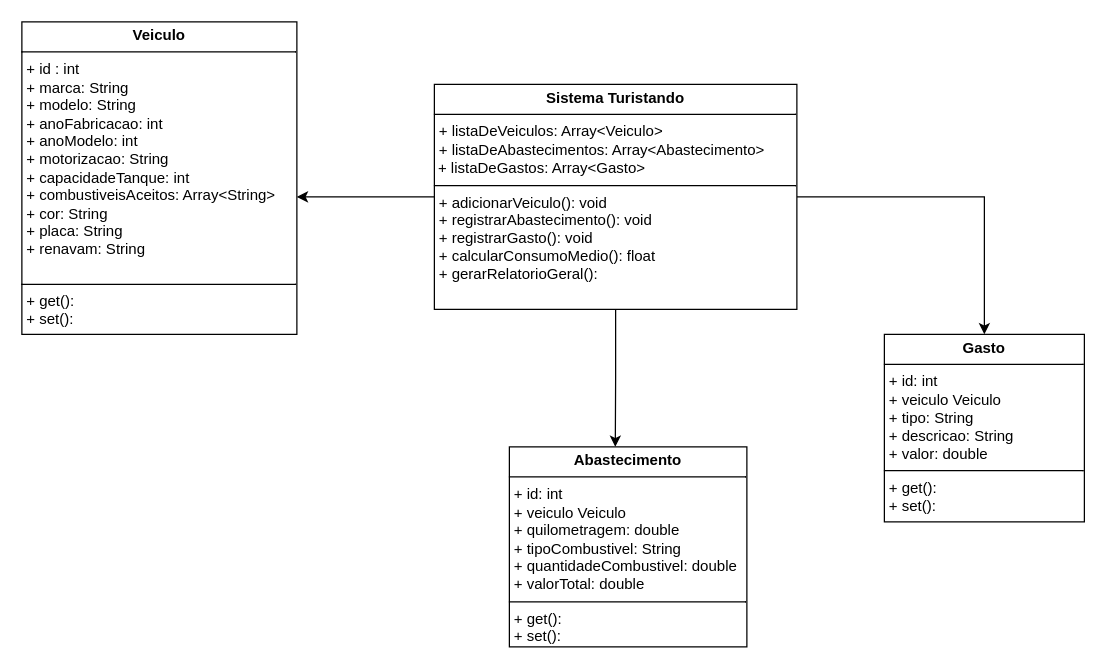
Above: MateusTrabalhoJava/Diagrama/DiagramaTrabalho.drawio in MasuetASF/MateusTrabalhoJava (draw.io), before the change. Source tidied: cells renumbered, new cells numbered last; positions are measured from the earlier drawing's top-left corner, leaving out a move shared by most shapes. Both pictures are drawn from the tidied source at 125%, with x=0, y=0 at pixel (21, 21).
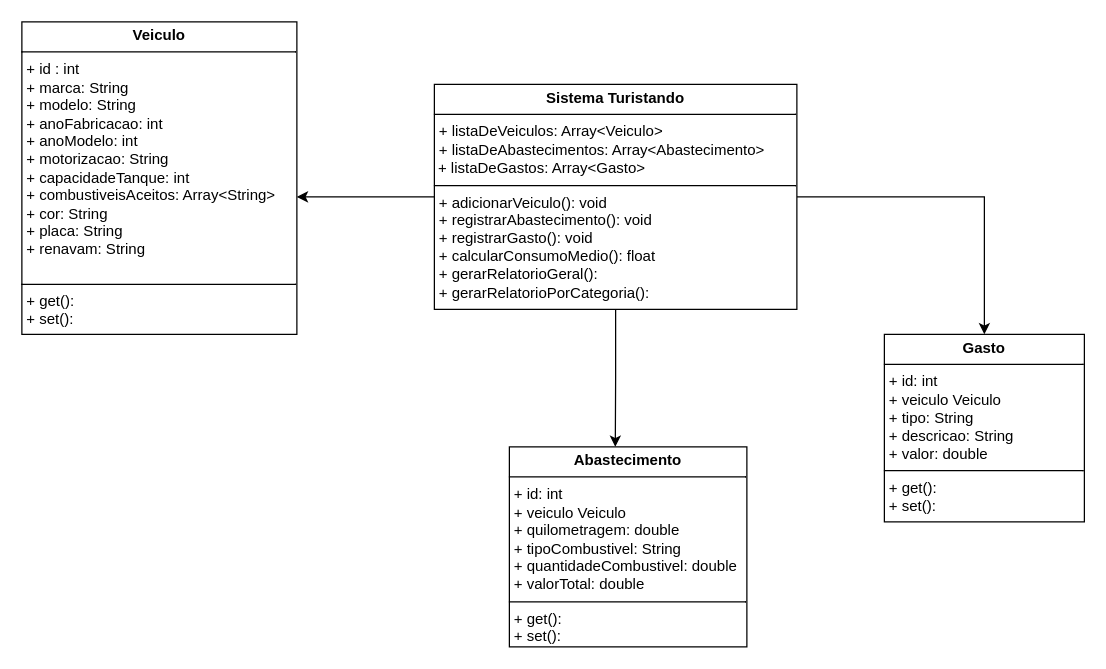
After the change.

Change to the diagram source:
```diff
@@
 <mxGraphModel>
   <root>
     <mxCell id="0" />
     <mxCell id="1" parent="0" />
     <mxCell id="2" style="edgeStyle=orthogonalEdgeStyle;rounded=0;jettySize=auto;html=1;exitX=1;exitY=0.5;exitDx=0;exitDy=0;entryX=0.5;entryY=0;entryDx=0;entryDy=0;" parent="1" edge="1" source="7" target="3">
       <mxGeometry relative="1" as="geometry">
         <Array as="points">
           <mxPoint x="770" y="140" />
         </Array>
       </mxGeometry>
     </mxCell>
     <mxCell id="3" value="&lt;p style=&quot;margin:0px;margin-top:4px;text-align:center;&quot;&gt;&lt;b&gt;Gasto&lt;/b&gt;&lt;/p&gt;&lt;hr size=&quot;1&quot; style=&quot;border-style:solid;&quot;&gt;&lt;p style=&quot;margin:0px;margin-left:4px;&quot;&gt;+ id: int&lt;/p&gt;&lt;p style=&quot;margin:0px;margin-left:4px;&quot;&gt;+ veiculo Veiculo&lt;/p&gt;&lt;p style=&quot;margin:0px;margin-left:4px;&quot;&gt;+ tipo: String&lt;/p&gt;&lt;p style=&quot;margin:0px;margin-left:4px;&quot;&gt;+ descricao: String&lt;/p&gt;&lt;p style=&quot;margin:0px;margin-left:4px;&quot;&gt;+ valor: double&lt;/p&gt;&lt;hr size=&quot;1&quot; style=&quot;border-style:solid;&quot;&gt;&lt;p style=&quot;margin:0px;margin-left:4px;&quot;&gt;+ get():&lt;/p&gt;&lt;p style=&quot;margin:0px;margin-left:4px;&quot;&gt;+ set():&lt;/p&gt;" style="verticalAlign=top;align=left;overflow=fill;html=1;whiteSpace=wrap;" parent="1" vertex="1">
       <mxGeometry x="690" y="250" width="160" height="150" as="geometry" />
     </mxCell>
     <mxCell id="4" value="&lt;p style=&quot;margin:0px;margin-top:4px;text-align:center;&quot;&gt;&lt;b&gt;Veiculo&lt;/b&gt;&lt;/p&gt;&lt;hr size=&quot;1&quot; style=&quot;border-style:solid;&quot;&gt;&lt;p style=&quot;margin:0px;margin-left:4px;&quot;&gt;+ id : int&lt;/p&gt;&lt;p style=&quot;margin:0px;margin-left:4px;&quot;&gt;+ marca: String&lt;/p&gt;&lt;p style=&quot;margin:0px;margin-left:4px;&quot;&gt;+ modelo: String&lt;/p&gt;&lt;p style=&quot;margin:0px;margin-left:4px;&quot;&gt;+ anoFabricacao: int&lt;/p&gt;&lt;p style=&quot;margin:0px;margin-left:4px;&quot;&gt;+ anoModelo: int&lt;/p&gt;&lt;p style=&quot;margin:0px;margin-left:4px;&quot;&gt;+ motorizacao: String&lt;/p&gt;&lt;p style=&quot;margin:0px;margin-left:4px;&quot;&gt;+ capacidadeTanque: int&lt;/p&gt;&lt;p style=&quot;margin:0px;margin-left:4px;&quot;&gt;+ combustiveisAceitos: Array&amp;lt;String&amp;gt;&lt;/p&gt;&lt;p style=&quot;margin:0px;margin-left:4px;&quot;&gt;+ cor: String&lt;/p&gt;&lt;p style=&quot;margin:0px;margin-left:4px;&quot;&gt;+ placa: String&lt;/p&gt;&lt;p style=&quot;margin:0px;margin-left:4px;&quot;&gt;+ renavam: String&lt;/p&gt;&lt;p style=&quot;margin:0px;margin-left:4px;&quot;&gt;&lt;br&gt;&lt;/p&gt;&lt;hr size=&quot;1&quot; style=&quot;border-style:solid;&quot;&gt;&lt;p style=&quot;margin: 0px 0px 0px 4px;&quot;&gt;+ get():&lt;/p&gt;&lt;p style=&quot;margin: 0px 0px 0px 4px;&quot;&gt;+ set():&lt;/p&gt;" style="verticalAlign=top;align=left;overflow=fill;html=1;whiteSpace=wrap;" parent="1" vertex="1">
       <mxGeometry width="220" height="250" as="geometry" />
     </mxCell>
     <mxCell id="5" style="edgeStyle=orthogonalEdgeStyle;rounded=0;jettySize=auto;html=1;exitX=0.5;exitY=1;exitDx=0;exitDy=0;entryX=0.446;entryY=0;entryDx=0;entryDy=0;entryPerimeter=0;" parent="1" edge="1" source="7" target="6">
       <mxGeometry relative="1" as="geometry" />
     </mxCell>
     <mxCell id="6" value="&lt;p style=&quot;margin:0px;margin-top:4px;text-align:center;&quot;&gt;&lt;b&gt;Abastecimento&lt;/b&gt;&lt;/p&gt;&lt;hr size=&quot;1&quot; style=&quot;border-style:solid;&quot;&gt;&lt;p style=&quot;margin:0px;margin-left:4px;&quot;&gt;+ id: int&lt;/p&gt;&lt;p style=&quot;margin:0px;margin-left:4px;&quot;&gt;+ veiculo Veiculo&lt;/p&gt;&lt;p style=&quot;margin:0px;margin-left:4px;&quot;&gt;+ quilometragem: double&lt;/p&gt;&lt;p style=&quot;margin:0px;margin-left:4px;&quot;&gt;+ tipoCombustivel: String&lt;/p&gt;&lt;p style=&quot;margin:0px;margin-left:4px;&quot;&gt;+ quantidadeCombustivel: double&lt;/p&gt;&lt;p style=&quot;margin:0px;margin-left:4px;&quot;&gt;+ valorTotal: double&lt;/p&gt;&lt;hr size=&quot;1&quot; style=&quot;border-style:solid;&quot;&gt;&lt;p style=&quot;margin: 0px 0px 0px 4px;&quot;&gt;+ get():&lt;/p&gt;&lt;p style=&quot;margin: 0px 0px 0px 4px;&quot;&gt;+ set():&lt;/p&gt;" style="verticalAlign=top;align=left;overflow=fill;html=1;whiteSpace=wrap;" parent="1" vertex="1">
       <mxGeometry x="390" y="340" width="190" height="160" as="geometry" />
     </mxCell>
-    <mxCell id="7" value="&lt;p style=&quot;margin:0px;margin-top:4px;text-align:center;&quot;&gt;&lt;b&gt;Sistema Turistando&lt;/b&gt;&lt;/p&gt;&lt;hr size=&quot;1&quot; style=&quot;border-style:solid;&quot;&gt;&lt;p style=&quot;margin:0px;margin-left:4px;&quot;&gt;+ l&lt;span style=&quot;background-color: initial;&quot;&gt;istaDeVeiculos: Array&amp;lt;Veiculo&amp;gt;&lt;/span&gt;&lt;/p&gt;&lt;p style=&quot;margin: 0px 0px 0px 4px;&quot;&gt;+ l&lt;span style=&quot;background-color: initial;&quot;&gt;istaDeAbastecimentos: Array&amp;lt;Abastecimento&amp;gt;&lt;/span&gt;&lt;/p&gt;&lt;div&gt;&lt;span style=&quot;background-color: initial;&quot;&gt;&amp;nbsp;+ listaDeGastos: Array&amp;lt;Gasto&amp;gt;&lt;/span&gt;&lt;/div&gt;&lt;hr size=&quot;1&quot; style=&quot;border-style:solid;&quot;&gt;&lt;p style=&quot;margin:0px;margin-left:4px;&quot;&gt;+ adicionarVeiculo(): void&lt;/p&gt;&lt;p style=&quot;margin:0px;margin-left:4px;&quot;&gt;+ registrarAbastecimento(): void&lt;/p&gt;&lt;p style=&quot;margin:0px;margin-left:4px;&quot;&gt;+ registrarGasto(): void&lt;/p&gt;&lt;p style=&quot;margin:0px;margin-left:4px;&quot;&gt;+ calcularConsumoMedio(): float&lt;/p&gt;&lt;p style=&quot;margin:0px;margin-left:4px;&quot;&gt;+ gerarRelatorioGeral():&amp;nbsp;&lt;/p&gt;" style="verticalAlign=top;align=left;overflow=fill;html=1;whiteSpace=wrap;" parent="1" vertex="1">
+    <mxCell id="7" value="&lt;p style=&quot;margin:0px;margin-top:4px;text-align:center;&quot;&gt;&lt;b&gt;Sistema Turistando&lt;/b&gt;&lt;/p&gt;&lt;hr size=&quot;1&quot; style=&quot;border-style:solid;&quot;&gt;&lt;p style=&quot;margin:0px;margin-left:4px;&quot;&gt;+ l&lt;span style=&quot;background-color: initial;&quot;&gt;istaDeVeiculos: Array&amp;lt;Veiculo&amp;gt;&lt;/span&gt;&lt;/p&gt;&lt;p style=&quot;margin: 0px 0px 0px 4px;&quot;&gt;+ l&lt;span style=&quot;background-color: initial;&quot;&gt;istaDeAbastecimentos: Array&amp;lt;Abastecimento&amp;gt;&lt;/span&gt;&lt;/p&gt;&lt;div&gt;&lt;span style=&quot;background-color: initial;&quot;&gt;&amp;nbsp;+ listaDeGastos: Array&amp;lt;Gasto&amp;gt;&lt;/span&gt;&lt;/div&gt;&lt;hr size=&quot;1&quot; style=&quot;border-style:solid;&quot;&gt;&lt;p style=&quot;margin:0px;margin-left:4px;&quot;&gt;+ adicionarVeiculo(): void&lt;/p&gt;&lt;p style=&quot;margin:0px;margin-left:4px;&quot;&gt;+ registrarAbastecimento(): void&lt;/p&gt;&lt;p style=&quot;margin:0px;margin-left:4px;&quot;&gt;+ registrarGasto(): void&lt;/p&gt;&lt;p style=&quot;margin:0px;margin-left:4px;&quot;&gt;+ calcularConsumoMedio(): float&lt;/p&gt;&lt;p style=&quot;margin:0px;margin-left:4px;&quot;&gt;+ gerarRelatorioGeral():&amp;nbsp;&lt;/p&gt;&lt;p style=&quot;margin:0px;margin-left:4px;&quot;&gt;+ gerarRelatorioPorCategoria():&amp;nbsp;&lt;br&gt;&lt;/p&gt;" style="verticalAlign=top;align=left;overflow=fill;html=1;whiteSpace=wrap;" parent="1" vertex="1">
       <mxGeometry x="330" y="50" width="290" height="180" as="geometry" />
     </mxCell>
     <mxCell id="8" style="edgeStyle=orthogonalEdgeStyle;rounded=0;jettySize=auto;html=1;exitX=0;exitY=0.5;exitDx=0;exitDy=0;entryX=1;entryY=0.56;entryDx=0;entryDy=0;entryPerimeter=0;" parent="1" edge="1" source="7" target="4">
       <mxGeometry relative="1" as="geometry" />
     </mxCell>
   </root>
 </mxGraphModel>
```
